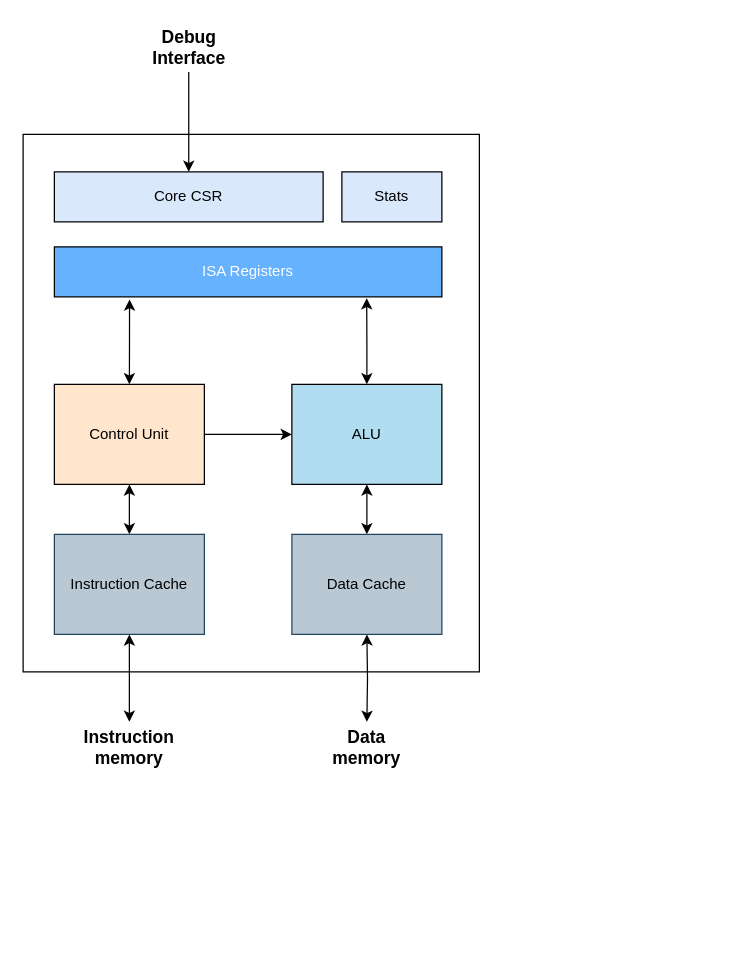
This is page "Overview" (1 of 3) of doc/friscv.drawio from dpretet/friscv, a draw.io file, before an edit. Source tidied: cells renumbered, new cells numbered last; positions are measured from the earlier drawing's top-left corner, leaving out a move shared by most shapes. Both pictures are drawn from the tidied source at 125%, with x=0, y=0 at pixel (22, 21).
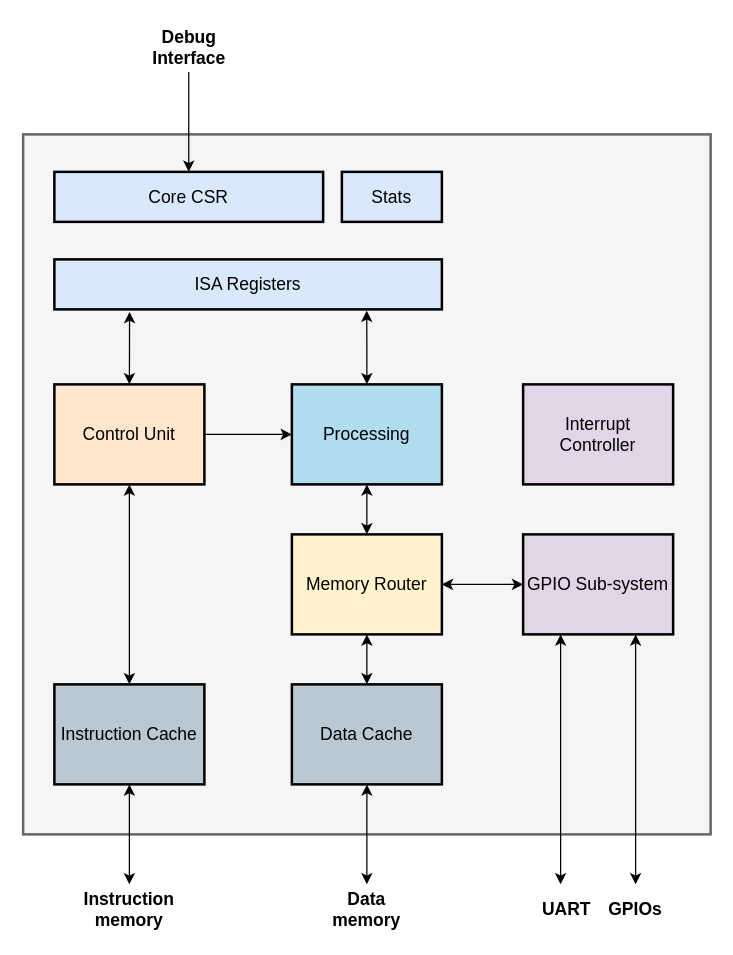
The same page after the edit.

The edit, as a diff of the source:
```diff
@@
-    <mxCell id="2" style="rounded=0;whiteSpace=wrap;html=1;" parent="1" vertex="1">
-      <mxGeometry y="90" width="365" height="430" as="geometry" />
+    <mxCell id="2" style="rounded=0;whiteSpace=wrap;html=1;strokeWidth=2;fillColor=#f5f5f5;strokeColor=#666666;fontColor=#333333;" parent="1" vertex="1">
+      <mxGeometry y="90" width="550" height="560" as="geometry" />
     </mxCell>
-    <mxCell id="3" style="edgeStyle=orthogonalEdgeStyle;rounded=0;jettySize=auto;html=1;startArrow=classic;startFill=1;entryX=0.5;entryY=0;entryDx=0;entryDy=0;" parent="1" edge="1" target="14">
-      <mxGeometry relative="1" as="geometry">
-        <mxPoint x="275" y="490" as="sourcePoint" />
-      </mxGeometry>
+    <mxCell id="3" style="edgeStyle=orthogonalEdgeStyle;rounded=0;jettySize=auto;html=1;startArrow=classic;startFill=1;entryX=0.5;entryY=0;entryDx=0;entryDy=0;exitX=0.5;exitY=1;exitDx=0;exitDy=0;" parent="1" edge="1" source="20" target="14">
+      <mxGeometry relative="1" as="geometry" />
     </mxCell>
-    <mxCell id="4" style="edgeStyle=orthogonalEdgeStyle;rounded=0;jettySize=auto;html=1;startArrow=classic;startFill=1;endArrow=classic;endFill=1;fontColor=#FFFFFF;entryX=0.806;entryY=1.025;entryDx=0;entryDy=0;entryPerimeter=0;" parent="1" edge="1" source="6" target="13">
+    <mxCell id="4" style="edgeStyle=orthogonalEdgeStyle;rounded=0;jettySize=auto;html=1;startArrow=classic;startFill=1;endArrow=classic;endFill=1;fontColor=#FFFFFF;entryX=0.806;entryY=1.025;entryDx=0;entryDy=0;entryPerimeter=0;fontSize=14;" parent="1" edge="1" source="6" target="13">
       <mxGeometry relative="1" as="geometry" />
     </mxCell>
-    <mxCell id="5" style="edgeStyle=orthogonalEdgeStyle;rounded=0;jettySize=auto;html=1;startArrow=classic;startFill=1;fontSize=14;" parent="1" edge="1" source="6" target="20">
-      <mxGeometry relative="1" as="geometry" />
-    </mxCell>
+    <mxCell id="22" style="edgeStyle=orthogonalEdgeStyle;rounded=0;jettySize=auto;html=1;exitX=0.5;exitY=1;exitDx=0;exitDy=0;entryX=0.5;entryY=0;entryDx=0;entryDy=0;startArrow=classic;startFill=1;fontSize=14;" parent="1" edge="1" source="6" target="25">
+      <mxGeometry relative="1" as="geometry" />
+    </mxCell>
-    <mxCell id="6" value="ALU" style="rounded=0;whiteSpace=wrap;html=1;fillColor=#b1ddf0;" parent="1" vertex="1">
+    <mxCell id="6" value="Processing" style="rounded=0;whiteSpace=wrap;html=1;fillColor=#b1ddf0;strokeWidth=2;fontSize=14;" parent="1" vertex="1">
       <mxGeometry x="215" y="290" width="120" height="80" as="geometry" />
     </mxCell>
-    <mxCell id="7" style="edgeStyle=orthogonalEdgeStyle;rounded=0;jettySize=auto;html=1;startArrow=none;startFill=0;" parent="1" edge="1" source="10" target="6">
+    <mxCell id="7" style="edgeStyle=orthogonalEdgeStyle;rounded=0;jettySize=auto;html=1;startArrow=none;startFill=0;fontSize=14;" parent="1" edge="1" source="10" target="6">
       <mxGeometry relative="1" as="geometry" />
     </mxCell>
-    <mxCell id="8" style="edgeStyle=orthogonalEdgeStyle;rounded=0;jettySize=auto;html=1;exitX=0.194;exitY=1.05;exitDx=0;exitDy=0;entryX=0.5;entryY=0;entryDx=0;entryDy=0;startArrow=classic;startFill=1;exitPerimeter=0;" parent="1" edge="1" source="13" target="10">
+    <mxCell id="8" style="edgeStyle=orthogonalEdgeStyle;rounded=0;jettySize=auto;html=1;exitX=0.194;exitY=1.05;exitDx=0;exitDy=0;entryX=0.5;entryY=0;entryDx=0;entryDy=0;startArrow=classic;startFill=1;exitPerimeter=0;fontSize=14;" parent="1" edge="1" source="13" target="10">
       <mxGeometry relative="1" as="geometry" />
     </mxCell>
@@
-    <mxCell id="10" value="Control Unit" style="rounded=0;whiteSpace=wrap;html=1;fillColor=#FFE6CC;" parent="1" vertex="1">
+    <mxCell id="10" value="Control Unit" style="rounded=0;whiteSpace=wrap;html=1;fillColor=#FFE6CC;strokeWidth=2;fontSize=14;" parent="1" vertex="1">
       <mxGeometry x="25" y="290" width="120" height="80" as="geometry" />
     </mxCell>
@@
-    <mxCell id="13" value="ISA Registers" style="rounded=0;whiteSpace=wrap;html=1;fillColor=#66B2FF;fontColor=#FFFFFF;" parent="1" vertex="1">
-      <mxGeometry x="25" y="180" width="310" height="40" as="geometry" />
+    <mxCell id="13" value="ISA Registers" style="rounded=0;whiteSpace=wrap;html=1;fillColor=#dae8fc;strokeWidth=2;fontSize=14;" parent="1" vertex="1">
+      <mxGeometry x="25" y="190" width="310" height="40" as="geometry" />
     </mxCell>
     <mxCell id="14" value="Data memory" style="text;html=1;strokeColor=none;fillColor=none;align=center;verticalAlign=middle;whiteSpace=wrap;rounded=0;fontStyle=1;fontSize=14;" parent="1" vertex="1">
-      <mxGeometry x="240" y="560" width="70" height="40" as="geometry" />
+      <mxGeometry x="240" y="690" width="70" height="40" as="geometry" />
     </mxCell>
     <mxCell id="15" value="Instruction memory" style="text;html=1;strokeColor=none;fillColor=none;align=center;verticalAlign=middle;whiteSpace=wrap;rounded=0;fontStyle=1;fontSize=14;" parent="1" vertex="1">
-      <mxGeometry x="50" y="560" width="70" height="40" as="geometry" />
+      <mxGeometry x="50" y="690" width="70" height="40" as="geometry" />
     </mxCell>
@@
-    <mxCell id="17" value="Core CSR" style="rounded=0;whiteSpace=wrap;html=1;fillColor=#dae8fc;" parent="1" vertex="1">
+    <mxCell id="17" value="Core CSR" style="rounded=0;whiteSpace=wrap;html=1;fillColor=#dae8fc;strokeWidth=2;fontSize=14;" parent="1" vertex="1">
       <mxGeometry x="25" y="120" width="215" height="40" as="geometry" />
     </mxCell>
@@
-    <mxCell id="19" value="Instruction Cache" style="rounded=0;whiteSpace=wrap;html=1;fillColor=#bac8d3;strokeColor=#23445d;" parent="1" vertex="1">
-      <mxGeometry x="25" y="410" width="120" height="80" as="geometry" />
+    <mxCell id="19" value="Instruction Cache" style="rounded=0;whiteSpace=wrap;html=1;fillColor=#bac8d3;strokeWidth=2;fontSize=14;" parent="1" vertex="1">
+      <mxGeometry x="25" y="530" width="120" height="80" as="geometry" />
     </mxCell>
-    <mxCell id="20" value="Data Cache" style="rounded=0;whiteSpace=wrap;html=1;fillColor=#bac8d3;strokeColor=#23445d;" parent="1" vertex="1">
-      <mxGeometry x="215" y="410" width="120" height="80" as="geometry" />
+    <mxCell id="20" value="Data Cache" style="rounded=0;whiteSpace=wrap;html=1;fillColor=#bac8d3;strokeWidth=2;fontSize=14;" parent="1" vertex="1">
+      <mxGeometry x="215" y="530" width="120" height="80" as="geometry" />
     </mxCell>
-    <mxCell id="21" value="Stats" style="rounded=0;whiteSpace=wrap;html=1;fillColor=#dae8fc;" parent="1" vertex="1">
+    <mxCell id="21" value="Stats" style="rounded=0;whiteSpace=wrap;html=1;fillColor=#dae8fc;strokeWidth=2;fontSize=14;" parent="1" vertex="1">
       <mxGeometry x="255" y="120" width="80" height="40" as="geometry" />
     </mxCell>
+    <mxCell id="23" style="edgeStyle=orthogonalEdgeStyle;rounded=0;jettySize=auto;html=1;startArrow=classic;startFill=1;fontSize=14;" parent="1" edge="1" source="25" target="20">
+      <mxGeometry relative="1" as="geometry" />
+    </mxCell>
+    <mxCell id="24" style="edgeStyle=orthogonalEdgeStyle;rounded=0;jettySize=auto;html=1;exitX=1;exitY=0.5;exitDx=0;exitDy=0;startArrow=classic;startFill=1;fontSize=14;" parent="1" edge="1" source="25" target="28">
+      <mxGeometry relative="1" as="geometry" />
+    </mxCell>
+    <mxCell id="25" value="Memory Router" style="rounded=0;whiteSpace=wrap;html=1;fillColor=#fff2cc;strokeWidth=2;fontSize=14;" parent="1" vertex="1">
+      <mxGeometry x="215" y="410" width="120" height="80" as="geometry" />
+    </mxCell>
+    <mxCell id="26" style="edgeStyle=orthogonalEdgeStyle;rounded=0;jettySize=auto;html=1;exitX=0.25;exitY=1;exitDx=0;exitDy=0;startArrow=classic;startFill=1;" parent="1" edge="1" source="28" target="29">
+      <mxGeometry relative="1" as="geometry">
+        <Array as="points">
+          <mxPoint x="430" y="540" />
+          <mxPoint x="430" y="540" />
+        </Array>
+      </mxGeometry>
+    </mxCell>
+    <mxCell id="27" style="edgeStyle=orthogonalEdgeStyle;rounded=0;jettySize=auto;html=1;exitX=0.75;exitY=1;exitDx=0;exitDy=0;fontSize=14;startArrow=classic;startFill=1;" parent="1" edge="1" source="28" target="30">
+      <mxGeometry relative="1" as="geometry" />
+    </mxCell>
+    <mxCell id="28" value="GPIO Sub-system" style="rounded=0;whiteSpace=wrap;html=1;fillColor=#e1d5e7;strokeWidth=2;fontSize=14;" parent="1" vertex="1">
+      <mxGeometry x="400" y="410" width="120" height="80" as="geometry" />
+    </mxCell>
+    <mxCell id="29" value="UART&lt;br style=&quot;font-size: 14px&quot;&gt;" style="text;html=1;strokeColor=none;fillColor=none;align=center;verticalAlign=middle;whiteSpace=wrap;rounded=0;fontSize=14;fontStyle=1;" parent="1" vertex="1">
+      <mxGeometry x="400" y="690" width="70" height="40" as="geometry" />
+    </mxCell>
+    <mxCell id="30" value="GPIOs" style="text;html=1;strokeColor=none;fillColor=none;align=center;verticalAlign=middle;whiteSpace=wrap;rounded=0;fontSize=14;fontStyle=1;" parent="1" vertex="1">
+      <mxGeometry x="460" y="690" width="60" height="40" as="geometry" />
+    </mxCell>
+    <mxCell id="31" value="Interrupt &lt;br&gt;Controller" style="rounded=0;whiteSpace=wrap;html=1;fillColor=#e1d5e7;strokeWidth=2;fontSize=14;" parent="1" vertex="1">
+      <mxGeometry x="400" y="290" width="120" height="80" as="geometry" />
+    </mxCell>
```
